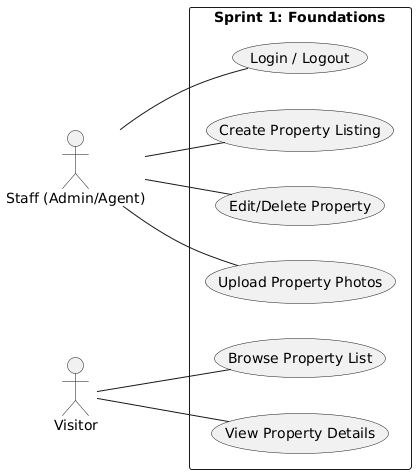
Earlier version of the PlantUML export Presentation/images/Sprint1-UseCase.png (AZIZ-Soufiane/PropertyHub-PFE). Its diagram source:
```plantuml
@startuml
left to right direction
skinparam shadowing false

actor "Staff (Admin/Agent)" as Staff
actor "Visitor" as Vis

rectangle "Sprint 1: Foundations" {
    (Login / Logout) as UC_Auth
    (Create Property Listing) as UC_Create
    (Edit/Delete Property) as UC_Edit
    (Upload Property Photos) as UC_Photos
    (Browse Property List) as UC_Browse
    (View Property Details) as UC_Details
}

Staff -- UC_Auth
Staff -- UC_Create
Staff -- UC_Edit
Staff -- UC_Photos

Vis -- UC_Browse
Vis -- UC_Details
@enduml
```
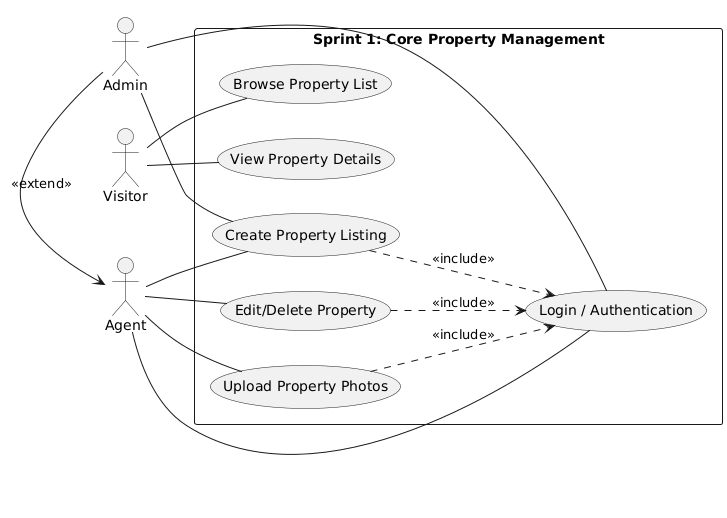
After the commit.

The edit, as a diff of the source:
```diff
@@ -2,11 +2,12 @@
 left to right direction
 skinparam shadowing false
 
-actor "Staff (Admin/Agent)" as Staff
+actor "Admin" as Admin
+actor "Agent" as Agent
 actor "Visitor" as Vis
 
-rectangle "Sprint 1: Foundations" {
-    (Login / Logout) as UC_Auth
+rectangle "Sprint 1: Core Property Management" {
+    (Login / Authentication) as UC_Auth
     (Create Property Listing) as UC_Create
     (Edit/Delete Property) as UC_Edit
     (Upload Property Photos) as UC_Photos
@@ -14,11 +15,20 @@
     (View Property Details) as UC_Details
 }
 
-Staff -- UC_Auth
-Staff -- UC_Create
-Staff -- UC_Edit
-Staff -- UC_Photos
-
 Vis -- UC_Browse
 Vis -- UC_Details
+
+Agent -- UC_Auth
+Agent -- UC_Create
+Agent -- UC_Edit
+Agent -- UC_Photos
+
+Admin -- UC_Auth
+Admin -- UC_Create
+
+UC_Create ..> UC_Auth : <<include>>
+UC_Edit   ..> UC_Auth : <<include>>
+UC_Photos ..> UC_Auth : <<include>>
+
+Admin -right-> Agent : <<extend>>
 @enduml
```
